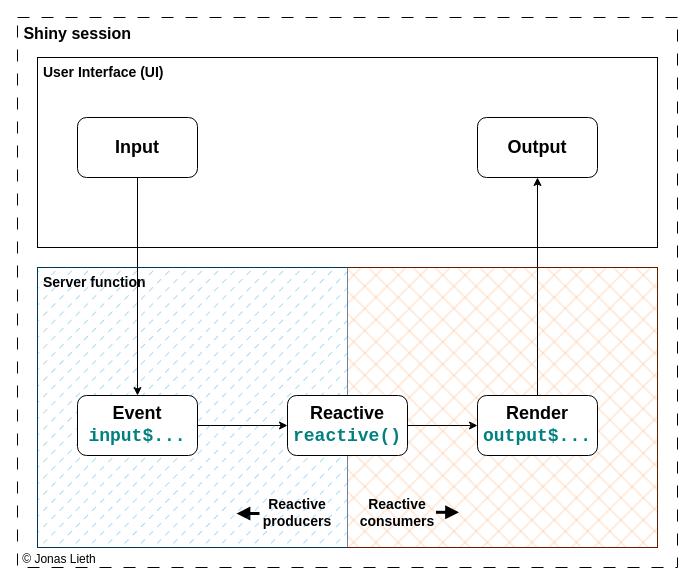
Earlier version of the draw.io diagram resources/reactivity_workflow_simplified.drawio (paulcbauer/shiny_workshop). Source tidied: cells renumbered, new cells numbered last; positions are measured from the earlier drawing's top-left corner, leaving out a move shared by most shapes. Both pictures are drawn from the tidied source at 100%, with x=0, y=0 at pixel (17, 17).
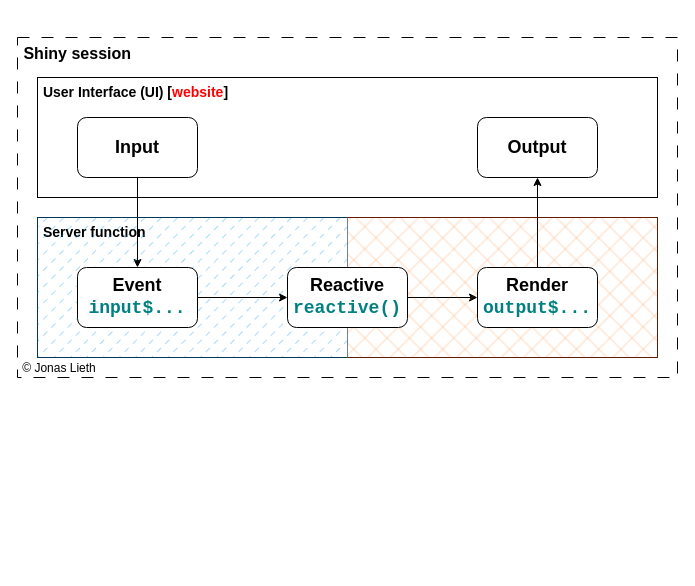
After the change.

The edit, as a diff of the source:
```diff
@@
     <mxCell id="2" value="&lt;font style=&quot;font-size: 16px;&quot;&gt;&lt;b&gt;&amp;nbsp;Shiny session&lt;/b&gt;&lt;/font&gt;" style="rounded=0;whiteSpace=wrap;html=1;dashed=1;dashPattern=12 12;verticalAlign=top;align=left;" parent="1" vertex="1">
-      <mxGeometry width="660" height="550" as="geometry" />
+      <mxGeometry y="20" width="660" height="340" as="geometry" />
     </mxCell>
-    <mxCell id="3" value="&lt;font style=&quot;font-size: 14px;&quot;&gt;&lt;b&gt;&amp;nbsp;User Interface (UI)&lt;/b&gt;&lt;/font&gt;" style="rounded=0;whiteSpace=wrap;html=1;verticalAlign=top;align=left;" parent="1" vertex="1">
-      <mxGeometry x="20" y="40" width="620" height="190" as="geometry" />
+    <mxCell id="3" value="&lt;font style=&quot;font-size: 14px;&quot;&gt;&lt;b&gt;&amp;nbsp;User Interface (UI) [&lt;font color=&quot;#ff0000&quot;&gt;website&lt;/font&gt;]&lt;/b&gt;&lt;/font&gt;" style="rounded=0;whiteSpace=wrap;html=1;verticalAlign=top;align=left;" parent="1" vertex="1">
+      <mxGeometry x="20" y="60" width="620" height="120" as="geometry" />
     </mxCell>
     <mxCell id="4" value="&lt;font style=&quot;font-size: 14px;&quot;&gt;&lt;b&gt;&amp;nbsp;Server function&lt;/b&gt;&lt;/font&gt;" style="rounded=0;whiteSpace=wrap;html=1;verticalAlign=top;align=left;" parent="1" vertex="1">
-      <mxGeometry x="20" y="250" width="620" height="280" as="geometry" />
+      <mxGeometry x="20" y="200" width="620" height="140" as="geometry" />
     </mxCell>
@@
     <mxCell id="11" value="© Jonas Lieth" style="text;html=1;strokeColor=none;fillColor=none;align=center;verticalAlign=bottom;whiteSpace=wrap;rounded=0;" parent="1" vertex="1">
-      <mxGeometry x="2" y="521" width="80" height="30" as="geometry" />
+      <mxGeometry x="2" y="330" width="80" height="30" as="geometry" />
     </mxCell>
     <mxCell id="12" style="rounded=0;whiteSpace=wrap;html=1;fillStyle=cross-hatch;fillColor=#fa6800;strokeColor=#C73500;fontColor=#000000;opacity=50;rotation=-180;" parent="1" vertex="1">
-      <mxGeometry x="330" y="250" width="310" height="280" as="geometry" />
+      <mxGeometry x="330" y="200" width="310" height="140" as="geometry" />
     </mxCell>
-    <mxCell id="13" value="Reactive producers" style="text;html=1;align=center;verticalAlign=middle;whiteSpace=wrap;rounded=0;fontSize=14;fontStyle=1;" parent="1" vertex="1">
-      <mxGeometry x="230" y="470" width="100" height="50" as="geometry" />
-    </mxCell>
-    <mxCell id="14" value="Reactive consumers" style="text;html=1;align=center;verticalAlign=middle;whiteSpace=wrap;rounded=0;fontSize=14;fontStyle=1;" parent="1" vertex="1">
-      <mxGeometry x="330" y="470" width="100" height="50" as="geometry" />
-    </mxCell>
-    <mxCell id="15" style="endArrow=block;html=1;rounded=0;endFill=1;strokeWidth=3;" parent="1" edge="1">
-      <mxGeometry relative="1" as="geometry">
-        <mxPoint x="242" y="496" as="sourcePoint" />
-        <mxPoint x="219" y="496" as="targetPoint" />
-      </mxGeometry>
-    </mxCell>
-    <mxCell id="16" style="endArrow=block;html=1;rounded=0;endFill=1;strokeWidth=3;" parent="1" edge="1">
-      <mxGeometry relative="1" as="geometry">
-        <mxPoint x="418.5" y="494.8" as="sourcePoint" />
-        <mxPoint x="441.5" y="494.8" as="targetPoint" />
-      </mxGeometry>
-    </mxCell>
     <mxCell id="17" style="rounded=0;whiteSpace=wrap;html=1;fillStyle=dashed;fillColor=#1ba1e2;strokeColor=#006EAF;fontColor=#ffffff;gradientColor=none;opacity=50;fontStyle=1;" parent="1" vertex="1">
-      <mxGeometry x="20" y="250" width="310" height="280" as="geometry" />
+      <mxGeometry x="20" y="200" width="310" height="140" as="geometry" />
     </mxCell>
     <mxCell id="18" value="&lt;font style=&quot;font-size: 18px;&quot;&gt;&lt;span style=&quot;font-size: 18px;&quot;&gt;Event&lt;br&gt;&lt;font face=&quot;Courier New&quot; color=&quot;#008080&quot;&gt;input$...&lt;br&gt;&lt;/font&gt;&lt;/span&gt;&lt;/font&gt;" style="rounded=1;whiteSpace=wrap;html=1;fontSize=18;fontStyle=1;" parent="1" vertex="1">
-      <mxGeometry x="60" y="378" width="120" height="60" as="geometry" />
+      <mxGeometry x="60" y="250" width="120" height="60" as="geometry" />
     </mxCell>
     <mxCell id="19" value="Reactive&lt;br&gt;&lt;font face=&quot;Courier New&quot; color=&quot;#008080&quot;&gt;reactive()&lt;br&gt;&lt;/font&gt;" style="rounded=1;whiteSpace=wrap;html=1;fontSize=18;fontStyle=1;" parent="1" vertex="1">
-      <mxGeometry x="270" y="378" width="120" height="60" as="geometry" />
+      <mxGeometry x="270" y="250" width="120" height="60" as="geometry" />
     </mxCell>
     <mxCell id="20" value="Render&lt;br&gt;&lt;font face=&quot;Courier New&quot; color=&quot;#008080&quot;&gt;output$...&lt;br&gt;&lt;/font&gt;" style="rounded=1;whiteSpace=wrap;html=1;fontSize=18;fontStyle=1;" parent="1" vertex="1">
-      <mxGeometry x="460" y="378" width="120" height="60" as="geometry" />
+      <mxGeometry x="460" y="250" width="120" height="60" as="geometry" />
     </mxCell>
```
